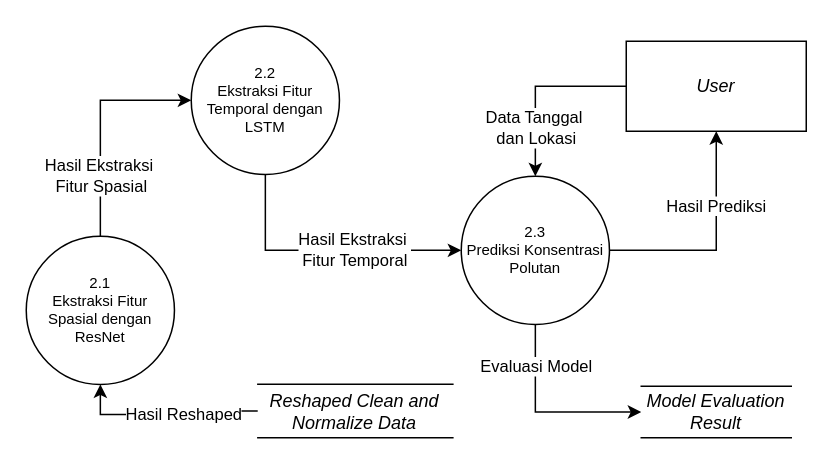
lullabymav/skrpsi keeps this draw.io diagram as page "Page-11" (5 of 12) of sistem.drawio. Above is the earlier version. Source tidied: cells renumbered, new cells numbered last; positions are measured from the earlier drawing's top-left corner, leaving out a move shared by most shapes. Both pictures are drawn from the tidied source at 150%, with x=0, y=0 at pixel (26, 26).
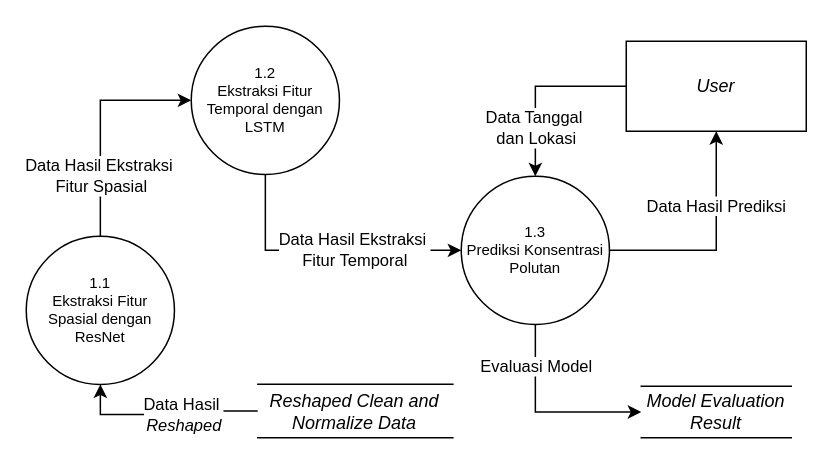
After the change.

The edit, as a diff of the source:
```diff
@@
 <mxGraphModel>
   <root>
     <mxCell id="0" />
     <mxCell id="1" parent="0" />
-    <mxCell id="2" value="Hasil Ekstraksi&amp;nbsp;&lt;div&gt;Fitur Spasial&lt;/div&gt;" style="edgeStyle=orthogonalEdgeStyle;rounded=0;jettySize=auto;html=1;exitX=0.5;exitY=0;exitDx=0;exitDy=0;entryX=0;entryY=0.5;entryDx=0;entryDy=0;" parent="1" edge="1" source="3" target="5">
+    <mxCell id="2" value="Data Hasil Ekstraksi&amp;nbsp;&lt;div&gt;Fitur Spasial&lt;/div&gt;" style="edgeStyle=orthogonalEdgeStyle;rounded=0;jettySize=auto;html=1;exitX=0.5;exitY=0;exitDx=0;exitDy=0;entryX=0;entryY=0.5;entryDx=0;entryDy=0;" parent="1" edge="1" source="3" target="5">
       <mxGeometry x="-0.47" y="-1" relative="1" as="geometry" />
     </mxCell>
-    <mxCell id="3" value="2.1&lt;div&gt;Ekstraksi Fitur Spasial dengan ResNet&lt;/div&gt;" style="ellipse;whiteSpace=wrap;html=1;fontSize=10;" parent="1" vertex="1">
+    <mxCell id="3" value="1.1&lt;div&gt;Ekstraksi Fitur Spasial dengan ResNet&lt;/div&gt;" style="ellipse;whiteSpace=wrap;html=1;fontSize=10;" parent="1" vertex="1">
       <mxGeometry y="140" width="98.8" height="98.8" as="geometry" />
     </mxCell>
-    <mxCell id="4" value="Hasil Ekstraksi&amp;nbsp;&lt;div&gt;Fitur Temporal&lt;/div&gt;" style="edgeStyle=orthogonalEdgeStyle;rounded=0;jettySize=auto;html=1;entryX=0;entryY=0.5;entryDx=0;entryDy=0;exitX=0.5;exitY=1;exitDx=0;exitDy=0;" parent="1" edge="1" source="5" target="8">
+    <mxCell id="4" value="Data Hasil Ekstraksi&amp;nbsp;&lt;div&gt;Fitur Temporal&lt;/div&gt;" style="edgeStyle=orthogonalEdgeStyle;rounded=0;jettySize=auto;html=1;entryX=0;entryY=0.5;entryDx=0;entryDy=0;exitX=0.5;exitY=1;exitDx=0;exitDy=0;" parent="1" edge="1" source="5" target="8">
       <mxGeometry x="0.23" relative="1" as="geometry">
         <mxPoint x="-1" as="offset" />
       </mxGeometry>
     </mxCell>
-    <mxCell id="5" value="2.2&lt;div&gt;Ekstraksi Fitur Temporal dengan LSTM&lt;/div&gt;" style="ellipse;whiteSpace=wrap;html=1;fontSize=10;" parent="1" vertex="1">
+    <mxCell id="5" value="1.2&lt;div&gt;Ekstraksi Fitur Temporal dengan LSTM&lt;/div&gt;" style="ellipse;whiteSpace=wrap;html=1;fontSize=10;" parent="1" vertex="1">
       <mxGeometry x="110" width="98.8" height="98.8" as="geometry" />
     </mxCell>
     <mxCell id="6" value="Evaluasi Model" style="edgeStyle=orthogonalEdgeStyle;rounded=0;jettySize=auto;html=1;exitX=0.5;exitY=1;exitDx=0;exitDy=0;entryX=0;entryY=0.5;entryDx=0;entryDy=0;" parent="1" edge="1" source="8" target="13">
       <mxGeometry x="-0.56" y="1" relative="1" as="geometry" />
     </mxCell>
-    <mxCell id="7" value="Hasil Prediksi" style="edgeStyle=orthogonalEdgeStyle;rounded=0;jettySize=auto;html=1;exitX=1;exitY=0.5;exitDx=0;exitDy=0;" parent="1" edge="1" source="8" target="12">
+    <mxCell id="7" value="Data Hasil Prediksi" style="edgeStyle=orthogonalEdgeStyle;rounded=0;jettySize=auto;html=1;exitX=1;exitY=0.5;exitDx=0;exitDy=0;" parent="1" edge="1" source="8" target="12">
       <mxGeometry x="0.34" relative="1" as="geometry" />
     </mxCell>
-    <mxCell id="8" value="2.3&lt;div&gt;Prediksi Konsentrasi Polutan&lt;/div&gt;" style="ellipse;whiteSpace=wrap;html=1;fontSize=10;" parent="1" vertex="1">
+    <mxCell id="8" value="1.3&lt;div&gt;Prediksi Konsentrasi Polutan&lt;/div&gt;" style="ellipse;whiteSpace=wrap;html=1;fontSize=10;" parent="1" vertex="1">
       <mxGeometry x="290" y="100" width="98.8" height="98.8" as="geometry" />
     </mxCell>
-    <mxCell id="9" value="Hasil Reshaped" style="edgeStyle=orthogonalEdgeStyle;rounded=0;jettySize=auto;html=1;exitX=0;exitY=0.5;exitDx=0;exitDy=0;entryX=0.5;entryY=1;entryDx=0;entryDy=0;" parent="1" edge="1" source="10" target="3">
+    <mxCell id="9" value="Data Hasil&amp;nbsp;&lt;div&gt;&lt;i&gt;Reshaped&lt;/i&gt;&lt;/div&gt;" style="edgeStyle=orthogonalEdgeStyle;rounded=0;jettySize=auto;html=1;exitX=0;exitY=0.5;exitDx=0;exitDy=0;entryX=0.5;entryY=1;entryDx=0;entryDy=0;" parent="1" edge="1" source="10" target="3">
       <mxGeometry x="-0.18" relative="1" as="geometry" />
     </mxCell>
     <mxCell id="10" value="&lt;i&gt;Reshaped Clean and Normalize Data&lt;/i&gt;" style="html=1;dashed=0;whiteSpace=wrap;shape=partialRectangle;right=0;left=0;" parent="1" vertex="1">
       <mxGeometry x="154.4" y="238.7" width="130" height="35.6" as="geometry" />
     </mxCell>
     <mxCell id="11" value="Data Tanggal&amp;nbsp;&lt;div&gt;dan Lokasi&lt;/div&gt;" style="edgeStyle=orthogonalEdgeStyle;rounded=0;jettySize=auto;html=1;exitX=0;exitY=0.5;exitDx=0;exitDy=0;" parent="1" edge="1" source="12" target="8">
       <mxGeometry x="0.47" y="1" relative="1" as="geometry" />
     </mxCell>
     <mxCell id="12" value="&lt;i&gt;User&lt;/i&gt;" style="rounded=0;whiteSpace=wrap;html=1;" parent="1" vertex="1">
       <mxGeometry x="400" y="10" width="120" height="60" as="geometry" />
     </mxCell>
     <mxCell id="13" value="&lt;i&gt;Model Evaluation Result&lt;/i&gt;" style="html=1;dashed=0;whiteSpace=wrap;shape=partialRectangle;right=0;left=0;" parent="1" vertex="1">
       <mxGeometry x="410" y="240" width="100" height="34.4" as="geometry" />
     </mxCell>
   </root>
 </mxGraphModel>
```
